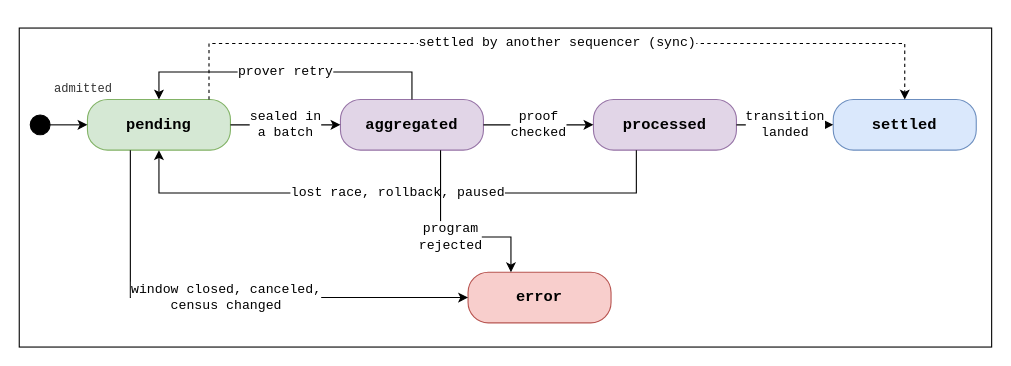
Earlier version of the draw.io diagram v2/figures/vote-lifecycle.drawio (vocdoni/davinci-paper). Source tidied: cells renumbered, new cells numbered last; positions are measured from the earlier drawing's top-left corner, leaving out a move shared by most shapes. Both pictures are drawn from the tidied source at 110%, with x=0, y=0 at pixel (19, 28).
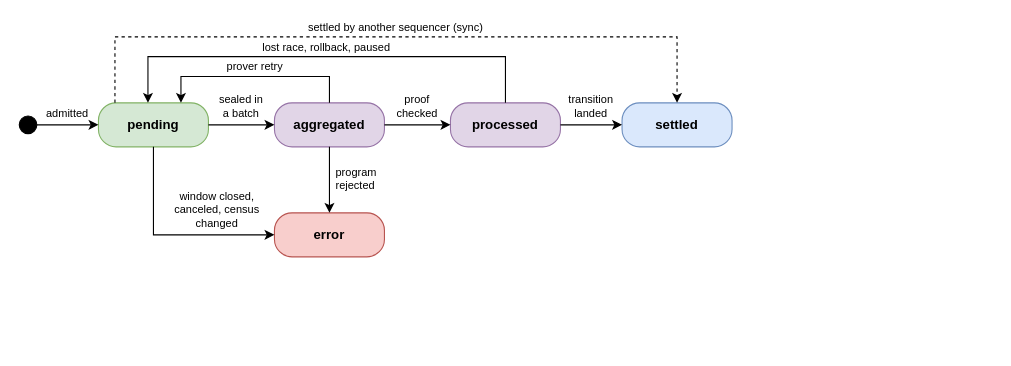
The same page after the edit.

What changed in the source:
```diff
@@
-    <mxCell id="2" style="rounded=0;whiteSpace=wrap;html=1;fontSize=11;fillColor=none;strokeColor=#000000;fontFamily=Courier New;verticalAlign=top;align=center;spacingTop=4;spacingLeft=6;fontStyle=1;" parent="1" vertex="1">
-      <mxGeometry width="884" height="290" as="geometry" />
-    </mxCell>
     <mxCell id="3" style="ellipse;fillColor=#000000;strokeColor=#000000;html=1;" parent="1" vertex="1">
-      <mxGeometry x="10" y="79" width="18" height="18" as="geometry" />
+      <mxGeometry y="80" width="16" height="16" as="geometry" />
     </mxCell>
-    <mxCell id="4" value="&lt;b&gt;pending&lt;/b&gt;" style="rounded=1;whiteSpace=wrap;html=1;fontSize=14;fillColor=#d5e8d4;strokeColor=#82b366;fontFamily=Courier New;align=center;verticalAlign=middle;arcSize=40;" parent="1" vertex="1">
-      <mxGeometry x="62" y="65" width="130" height="46" as="geometry" />
+    <mxCell id="4" value="&lt;b&gt;pending&lt;/b&gt;" style="rounded=1;whiteSpace=wrap;html=1;fontSize=12;fillColor=#d5e8d4;strokeColor=#82b366;strokeWidth=1;fontFamily=Helvetica;align=center;verticalAlign=middle;spacingLeft=6;spacingRight=6;spacingTop=2;spacingBottom=2;arcSize=40;" parent="1" vertex="1">
+      <mxGeometry x="72" y="68" width="100" height="40" as="geometry" />
     </mxCell>
-    <mxCell id="5" value="&lt;b&gt;aggregated&lt;/b&gt;" style="rounded=1;whiteSpace=wrap;html=1;fontSize=14;fillColor=#e1d5e7;strokeColor=#9673a6;fontFamily=Courier New;align=center;verticalAlign=middle;arcSize=40;" parent="1" vertex="1">
-      <mxGeometry x="292" y="65" width="130" height="46" as="geometry" />
+    <mxCell id="5" value="&lt;b&gt;aggregated&lt;/b&gt;" style="rounded=1;whiteSpace=wrap;html=1;fontSize=12;fillColor=#e1d5e7;strokeColor=#9673a6;strokeWidth=1;fontFamily=Helvetica;align=center;verticalAlign=middle;spacingLeft=6;spacingRight=6;spacingTop=2;spacingBottom=2;arcSize=40;" parent="1" vertex="1">
+      <mxGeometry x="232" y="68" width="100" height="40" as="geometry" />
     </mxCell>
-    <mxCell id="6" value="&lt;b&gt;processed&lt;/b&gt;" style="rounded=1;whiteSpace=wrap;html=1;fontSize=14;fillColor=#e1d5e7;strokeColor=#9673a6;fontFamily=Courier New;align=center;verticalAlign=middle;arcSize=40;" parent="1" vertex="1">
-      <mxGeometry x="522" y="65" width="130" height="46" as="geometry" />
+    <mxCell id="6" value="&lt;b&gt;processed&lt;/b&gt;" style="rounded=1;whiteSpace=wrap;html=1;fontSize=12;fillColor=#e1d5e7;strokeColor=#9673a6;strokeWidth=1;fontFamily=Helvetica;align=center;verticalAlign=middle;spacingLeft=6;spacingRight=6;spacingTop=2;spacingBottom=2;arcSize=40;" parent="1" vertex="1">
+      <mxGeometry x="392" y="68" width="100" height="40" as="geometry" />
     </mxCell>
-    <mxCell id="7" value="&lt;b&gt;settled&lt;/b&gt;" style="rounded=1;whiteSpace=wrap;html=1;fontSize=14;fillColor=#dae8fc;strokeColor=#6c8ebf;fontFamily=Courier New;align=center;verticalAlign=middle;arcSize=40;" parent="1" vertex="1">
-      <mxGeometry x="740" y="65" width="130" height="46" as="geometry" />
+    <mxCell id="7" value="&lt;b&gt;settled&lt;/b&gt;" style="rounded=1;whiteSpace=wrap;html=1;fontSize=12;fillColor=#dae8fc;strokeColor=#6c8ebf;strokeWidth=1;fontFamily=Helvetica;align=center;verticalAlign=middle;spacingLeft=6;spacingRight=6;spacingTop=2;spacingBottom=2;arcSize=40;" parent="1" vertex="1">
+      <mxGeometry x="548" y="68" width="100" height="40" as="geometry" />
     </mxCell>
-    <mxCell id="8" value="&lt;b&gt;error&lt;/b&gt;" style="rounded=1;whiteSpace=wrap;html=1;fontSize=14;fillColor=#f8cecc;strokeColor=#b85450;fontFamily=Courier New;align=center;verticalAlign=middle;arcSize=40;" parent="1" vertex="1">
-      <mxGeometry x="408" y="222" width="130" height="46" as="geometry" />
+    <mxCell id="8" value="&lt;b&gt;error&lt;/b&gt;" style="rounded=1;whiteSpace=wrap;html=1;fontSize=12;fillColor=#f8cecc;strokeColor=#b85450;strokeWidth=1;fontFamily=Helvetica;align=center;verticalAlign=middle;spacingLeft=6;spacingRight=6;spacingTop=2;spacingBottom=2;arcSize=40;" parent="1" vertex="1">
+      <mxGeometry x="232" y="168" width="100" height="40" as="geometry" />
     </mxCell>
-    <mxCell id="9" style="edgeStyle=orthogonalEdgeStyle;rounded=0;html=1;endArrow=classic;startArrow=none;endSize=6;startSize=6;fontSize=12;fontFamily=Courier New;strokeColor=#000000;strokeWidth=1;labelBackgroundColor=#ffffff;" parent="1" edge="1" source="3" target="4">
+    <mxCell id="9" style="edgeStyle=orthogonalEdgeStyle;rounded=0;html=1;endArrow=classic;startArrow=none;endSize=6;startSize=6;fontSize=10;fontFamily=Helvetica;strokeColor=#000000;strokeWidth=1;labelBackgroundColor=#ffffff;" parent="1" edge="1" source="3" target="4">
       <mxGeometry relative="1" as="geometry" />
     </mxCell>
-    <mxCell id="10" value="sealed in&lt;br&gt;a batch" style="edgeStyle=orthogonalEdgeStyle;rounded=0;html=1;endArrow=classic;startArrow=none;endSize=6;startSize=6;fontSize=12;fontFamily=Courier New;strokeColor=#000000;strokeWidth=1;labelBackgroundColor=#ffffff;" parent="1" edge="1" source="4" target="5">
-      <mxGeometry relative="1" as="geometry" />
+    <mxCell id="10" value="admitted" style="text;html=1;whiteSpace=wrap;fontSize=10;fontFamily=Helvetica;align=center;verticalAlign=middle;fontColor=#000000;spacing=0;" parent="1" vertex="1">
+      <mxGeometry x="16" y="70" width="56" height="14" as="geometry" />
     </mxCell>
-    <mxCell id="11" value="proof&lt;br&gt;checked" style="edgeStyle=orthogonalEdgeStyle;rounded=0;html=1;endArrow=classic;startArrow=none;endSize=6;startSize=6;fontSize=12;fontFamily=Courier New;strokeColor=#000000;strokeWidth=1;labelBackgroundColor=#ffffff;" parent="1" edge="1" source="5" target="6">
+    <mxCell id="11" style="edgeStyle=orthogonalEdgeStyle;rounded=0;html=1;endArrow=classic;startArrow=none;endSize=6;startSize=6;fontSize=10;fontFamily=Helvetica;strokeColor=#000000;strokeWidth=1;labelBackgroundColor=#ffffff;" parent="1" edge="1" source="4" target="5">
       <mxGeometry relative="1" as="geometry" />
     </mxCell>
-    <mxCell id="12" value="transition&lt;br&gt;landed" style="edgeStyle=orthogonalEdgeStyle;rounded=0;html=1;endArrow=classic;startArrow=none;endSize=6;startSize=6;fontSize=12;fontFamily=Courier New;strokeColor=#000000;strokeWidth=1;labelBackgroundColor=#ffffff;" parent="1" edge="1" source="6" target="7">
-      <mxGeometry relative="1" as="geometry" />
+    <mxCell id="12" value="sealed in&lt;br&gt;a batch" style="text;html=1;whiteSpace=wrap;fontSize=10;fontFamily=Helvetica;align=center;verticalAlign=middle;fontColor=#000000;spacing=0;" parent="1" vertex="1">
+      <mxGeometry x="172" y="58" width="60" height="26" as="geometry" />
     </mxCell>
-    <mxCell id="13" value="prover retry" style="edgeStyle=orthogonalEdgeStyle;rounded=0;html=1;endArrow=classic;startArrow=none;endSize=6;startSize=6;fontSize=12;fontFamily=Courier New;strokeColor=#000000;strokeWidth=1;labelBackgroundColor=#ffffff;exitX=0.5;exitY=0;exitDx=0;exitDy=0;entryX=0.5;entryY=0;entryDx=0;entryDy=0;" parent="1" edge="1" source="5" target="4">
-      <mxGeometry relative="1" as="geometry">
-        <Array as="points">
-          <mxPoint x="357" y="40" />
-          <mxPoint x="127" y="40" />
-        </Array>
-      </mxGeometry>
+    <mxCell id="13" style="edgeStyle=orthogonalEdgeStyle;rounded=0;html=1;endArrow=classic;startArrow=none;endSize=6;startSize=6;fontSize=10;fontFamily=Helvetica;strokeColor=#000000;strokeWidth=1;labelBackgroundColor=#ffffff;" parent="1" edge="1" source="5" target="6">
+      <mxGeometry relative="1" as="geometry" />
     </mxCell>
-    <mxCell id="14" value="lost race, rollback, paused" style="edgeStyle=orthogonalEdgeStyle;rounded=0;html=1;endArrow=classic;startArrow=none;endSize=6;startSize=6;fontSize=12;fontFamily=Courier New;strokeColor=#000000;strokeWidth=1;labelBackgroundColor=#ffffff;exitX=0.3;exitY=1;exitDx=0;exitDy=0;entryX=0.5;entryY=1;entryDx=0;entryDy=0;" parent="1" edge="1" source="6" target="4">
-      <mxGeometry relative="1" as="geometry">
-        <Array as="points">
-          <mxPoint x="561" y="150" />
-          <mxPoint x="127" y="150" />
-        </Array>
-      </mxGeometry>
+    <mxCell id="14" value="proof&lt;br&gt;checked" style="text;html=1;whiteSpace=wrap;fontSize=10;fontFamily=Helvetica;align=center;verticalAlign=middle;fontColor=#000000;spacing=0;" parent="1" vertex="1">
+      <mxGeometry x="332" y="58" width="60" height="26" as="geometry" />
     </mxCell>
-    <mxCell id="15" value="settled by another sequencer (sync)" style="edgeStyle=orthogonalEdgeStyle;rounded=0;html=1;endArrow=classic;startArrow=none;endSize=6;startSize=6;fontSize=12;fontFamily=Courier New;strokeColor=#000000;strokeWidth=1;dashed=1;labelBackgroundColor=#ffffff;exitX=0.85;exitY=0;exitDx=0;exitDy=0;entryX=0.5;entryY=0;entryDx=0;entryDy=0;" parent="1" edge="1" source="4" target="7">
-      <mxGeometry relative="1" as="geometry">
-        <Array as="points">
-          <mxPoint x="172" y="14" />
-          <mxPoint x="805" y="14" />
-        </Array>
-      </mxGeometry>
+    <mxCell id="15" style="edgeStyle=orthogonalEdgeStyle;rounded=0;html=1;endArrow=classic;startArrow=none;endSize=6;startSize=6;fontSize=10;fontFamily=Helvetica;strokeColor=#000000;strokeWidth=1;labelBackgroundColor=#ffffff;" parent="1" edge="1" source="6" target="7">
+      <mxGeometry relative="1" as="geometry" />
     </mxCell>
-    <mxCell id="16" value="window closed, canceled,&lt;br&gt;census changed" style="edgeStyle=orthogonalEdgeStyle;rounded=0;html=1;endArrow=classic;startArrow=none;endSize=6;startSize=6;fontSize=12;fontFamily=Courier New;strokeColor=#000000;strokeWidth=1;labelBackgroundColor=#ffffff;exitX=0.3;exitY=1;exitDx=0;exitDy=0;entryX=0;entryY=0.5;entryDx=0;entryDy=0;" parent="1" edge="1" source="4" target="8">
-      <mxGeometry relative="1" as="geometry">
-        <Array as="points">
-          <mxPoint x="101" y="245" />
-        </Array>
-      </mxGeometry>
+    <mxCell id="16" value="transition&lt;br&gt;landed" style="text;html=1;whiteSpace=wrap;fontSize=10;fontFamily=Helvetica;align=center;verticalAlign=middle;fontColor=#000000;spacing=0;" parent="1" vertex="1">
+      <mxGeometry x="492" y="58" width="56" height="26" as="geometry" />
     </mxCell>
-    <mxCell id="17" value="program&lt;br&gt;rejected" style="edgeStyle=orthogonalEdgeStyle;rounded=0;html=1;endArrow=classic;startArrow=none;endSize=6;startSize=6;fontSize=12;fontFamily=Courier New;strokeColor=#000000;strokeWidth=1;labelBackgroundColor=#ffffff;exitX=0.7;exitY=1;exitDx=0;exitDy=0;entryX=0.3;entryY=0;entryDx=0;entryDy=0;" parent="1" edge="1" source="5" target="8">
+    <mxCell id="17" style="edgeStyle=orthogonalEdgeStyle;rounded=0;html=1;endArrow=classic;startArrow=none;endSize=6;startSize=6;fontSize=10;fontFamily=Helvetica;strokeColor=#000000;strokeWidth=1;dashed=1;labelBackgroundColor=#ffffff;exitX=0.15;exitY=0;exitDx=0;exitDy=0;entryX=0.5;entryY=0;entryDx=0;entryDy=0;" parent="1" edge="1" source="4" target="7">
       <mxGeometry relative="1" as="geometry">
         <Array as="points">
-          <mxPoint x="383" y="190" />
-          <mxPoint x="447" y="190" />
+          <mxPoint x="87" y="8" />
+          <mxPoint x="598" y="8" />
         </Array>
       </mxGeometry>
     </mxCell>
-    <mxCell id="18" value="admitted" style="text;html=1;whiteSpace=wrap;fontSize=11;fontFamily=Courier New;align=left;verticalAlign=middle;fontColor=#333333;" parent="1" vertex="1">
-      <mxGeometry x="30" y="46" width="40" height="20" as="geometry" />
+    <mxCell id="18" value="settled by another sequencer (sync)" style="text;html=1;whiteSpace=wrap;fontSize=10;fontFamily=Helvetica;align=center;verticalAlign=middle;fontColor=#000000;spacing=0;" parent="1" vertex="1">
+      <mxGeometry x="87" y="-8" width="511" height="14" as="geometry" />
     </mxCell>
+    <mxCell id="2" style="edgeStyle=orthogonalEdgeStyle;rounded=0;html=1;endArrow=classic;startArrow=none;endSize=6;startSize=6;fontSize=10;fontFamily=Helvetica;strokeColor=#000000;strokeWidth=1;labelBackgroundColor=#ffffff;exitX=0.5;exitY=0;exitDx=0;exitDy=0;entryX=0.45;entryY=0;entryDx=0;entryDy=0;" parent="1" edge="1" source="6" target="4">
+      <mxGeometry relative="1" as="geometry">
+        <Array as="points">
+          <mxPoint x="442" y="26" />
+          <mxPoint x="117" y="26" />
+        </Array>
+      </mxGeometry>
+    </mxCell>
+    <mxCell id="19" value="lost race, rollback, paused" style="text;html=1;whiteSpace=wrap;fontSize=10;fontFamily=Helvetica;align=center;verticalAlign=middle;fontColor=#000000;spacing=0;" parent="1" vertex="1">
+      <mxGeometry x="117" y="10" width="325" height="14" as="geometry" />
+    </mxCell>
+    <mxCell id="20" style="edgeStyle=orthogonalEdgeStyle;rounded=0;html=1;endArrow=classic;startArrow=none;endSize=6;startSize=6;fontSize=10;fontFamily=Helvetica;strokeColor=#000000;strokeWidth=1;labelBackgroundColor=#ffffff;exitX=0.5;exitY=0;exitDx=0;exitDy=0;entryX=0.75;entryY=0;entryDx=0;entryDy=0;" parent="1" edge="1" source="5" target="4">
+      <mxGeometry relative="1" as="geometry">
+        <Array as="points">
+          <mxPoint x="282" y="44" />
+          <mxPoint x="147" y="44" />
+        </Array>
+      </mxGeometry>
+    </mxCell>
+    <mxCell id="21" value="prover retry" style="text;html=1;whiteSpace=wrap;fontSize=10;fontFamily=Helvetica;align=center;verticalAlign=middle;fontColor=#000000;spacing=0;" parent="1" vertex="1">
+      <mxGeometry x="147" y="28" width="135" height="14" as="geometry" />
+    </mxCell>
+    <mxCell id="22" style="edgeStyle=orthogonalEdgeStyle;rounded=0;html=1;endArrow=classic;startArrow=none;endSize=6;startSize=6;fontSize=10;fontFamily=Helvetica;strokeColor=#000000;strokeWidth=1;labelBackgroundColor=#ffffff;exitX=0.5;exitY=1;exitDx=0;exitDy=0;entryX=0.5;entryY=0;entryDx=0;entryDy=0;" parent="1" edge="1" source="5" target="8">
+      <mxGeometry relative="1" as="geometry" />
+    </mxCell>
+    <mxCell id="23" value="program&lt;br&gt;rejected" style="text;html=1;whiteSpace=wrap;fontSize=10;fontFamily=Helvetica;align=left;verticalAlign=middle;fontColor=#000000;spacing=0;" parent="1" vertex="1">
+      <mxGeometry x="288" y="124" width="80" height="26" as="geometry" />
+    </mxCell>
+    <mxCell id="24" style="edgeStyle=orthogonalEdgeStyle;rounded=0;html=1;endArrow=classic;startArrow=none;endSize=6;startSize=6;fontSize=10;fontFamily=Helvetica;strokeColor=#000000;strokeWidth=1;labelBackgroundColor=#ffffff;exitX=0.5;exitY=1;exitDx=0;exitDy=0;entryX=0;entryY=0.5;entryDx=0;entryDy=0;" parent="1" edge="1" source="4" target="8">
+      <mxGeometry relative="1" as="geometry">
+        <Array as="points">
+          <mxPoint x="122" y="188" />
+        </Array>
+      </mxGeometry>
+    </mxCell>
+    <mxCell id="25" value="window closed,&lt;br&gt;canceled, census&lt;br&gt;changed" style="text;html=1;whiteSpace=wrap;fontSize=10;fontFamily=Helvetica;align=center;verticalAlign=middle;fontColor=#000000;spacing=0;" parent="1" vertex="1">
+      <mxGeometry x="130" y="145" width="100" height="39" as="geometry" />
+    </mxCell>
```
